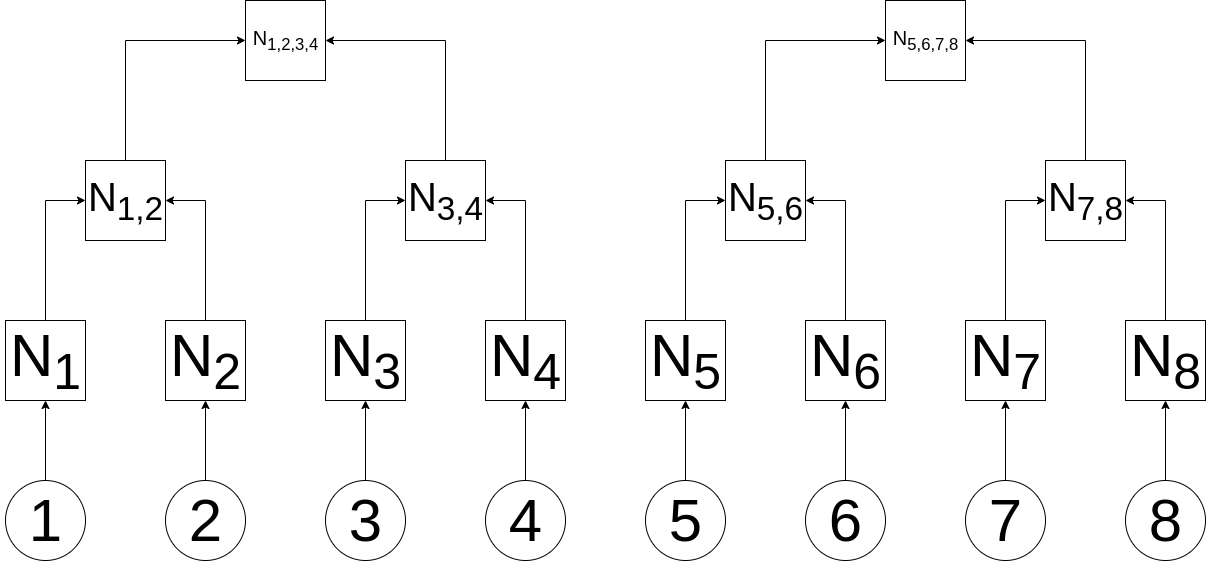
Above: images/mt_4.png in QPetabyte/Merkle_Trees (draw.io), before the change. Source tidied: cells renumbered, new cells last; positions are measured from the earlier drawing's top-left corner, leaving out a move shared by most shapes. Source of this version:
```xml
<mxGraphModel>
  <root>
    <mxCell id="0" />
    <mxCell id="1" parent="0" />
    <mxCell id="2" style="edgeStyle=orthogonalEdgeStyle;rounded=0;jettySize=auto;html=1;exitX=0.5;exitY=0;exitDx=0;exitDy=0;fontSize=60;" parent="1" edge="1" source="3" target="19">
      <mxGeometry relative="1" as="geometry" />
    </mxCell>
    <mxCell id="3" style="ellipse;whiteSpace=wrap;html=1;" parent="1" vertex="1">
      <mxGeometry x="5" y="480" width="80" height="80" as="geometry" />
    </mxCell>
    <mxCell id="4" style="edgeStyle=orthogonalEdgeStyle;rounded=0;jettySize=auto;html=1;exitX=0.5;exitY=0;exitDx=0;exitDy=0;fontSize=60;" parent="1" edge="1" source="5" target="21">
      <mxGeometry relative="1" as="geometry" />
    </mxCell>
    <mxCell id="5" style="ellipse;whiteSpace=wrap;html=1;" parent="1" vertex="1">
      <mxGeometry x="165" y="480" width="80" height="80" as="geometry" />
    </mxCell>
    <mxCell id="6" style="edgeStyle=orthogonalEdgeStyle;rounded=0;jettySize=auto;html=1;exitX=0.5;exitY=0;exitDx=0;exitDy=0;entryX=0.5;entryY=1;entryDx=0;entryDy=0;fontSize=60;" parent="1" edge="1" source="7" target="23">
      <mxGeometry relative="1" as="geometry" />
    </mxCell>
    <mxCell id="7" style="ellipse;whiteSpace=wrap;html=1;" parent="1" vertex="1">
      <mxGeometry x="325" y="480" width="80" height="80" as="geometry" />
    </mxCell>
    <mxCell id="8" style="edgeStyle=orthogonalEdgeStyle;rounded=0;jettySize=auto;html=1;exitX=0.5;exitY=0;exitDx=0;exitDy=0;entryX=0.5;entryY=1;entryDx=0;entryDy=0;fontSize=60;" parent="1" edge="1" source="9" target="25">
      <mxGeometry relative="1" as="geometry" />
    </mxCell>
    <mxCell id="9" style="ellipse;whiteSpace=wrap;html=1;" parent="1" vertex="1">
      <mxGeometry x="485" y="480" width="80" height="80" as="geometry" />
    </mxCell>
    <mxCell id="10" style="edgeStyle=orthogonalEdgeStyle;rounded=0;jettySize=auto;html=1;exitX=0.5;exitY=0;exitDx=0;exitDy=0;entryX=0.5;entryY=1;entryDx=0;entryDy=0;fontSize=60;" parent="1" edge="1" source="11" target="27">
      <mxGeometry relative="1" as="geometry" />
    </mxCell>
    <mxCell id="11" style="ellipse;whiteSpace=wrap;html=1;" parent="1" vertex="1">
      <mxGeometry x="645" y="480" width="80" height="80" as="geometry" />
    </mxCell>
    <mxCell id="12" style="edgeStyle=orthogonalEdgeStyle;rounded=0;jettySize=auto;html=1;exitX=0.5;exitY=0;exitDx=0;exitDy=0;entryX=0.5;entryY=1;entryDx=0;entryDy=0;fontSize=60;" parent="1" edge="1" source="13" target="29">
      <mxGeometry relative="1" as="geometry" />
    </mxCell>
    <mxCell id="13" style="ellipse;whiteSpace=wrap;html=1;" parent="1" vertex="1">
      <mxGeometry x="805" y="480" width="80" height="80" as="geometry" />
    </mxCell>
    <mxCell id="14" style="edgeStyle=orthogonalEdgeStyle;rounded=0;jettySize=auto;html=1;exitX=0.5;exitY=0;exitDx=0;exitDy=0;entryX=0.5;entryY=1;entryDx=0;entryDy=0;fontSize=60;" parent="1" edge="1" source="15" target="31">
      <mxGeometry relative="1" as="geometry" />
    </mxCell>
    <mxCell id="15" style="ellipse;whiteSpace=wrap;html=1;" parent="1" vertex="1">
      <mxGeometry x="965" y="480" width="80" height="80" as="geometry" />
    </mxCell>
    <mxCell id="16" style="edgeStyle=orthogonalEdgeStyle;rounded=0;jettySize=auto;html=1;exitX=0.5;exitY=0;exitDx=0;exitDy=0;entryX=0.5;entryY=1;entryDx=0;entryDy=0;fontSize=60;" parent="1" edge="1" source="17" target="33">
      <mxGeometry relative="1" as="geometry" />
    </mxCell>
    <mxCell id="17" style="ellipse;whiteSpace=wrap;html=1;" parent="1" vertex="1">
      <mxGeometry x="1125" y="480" width="80" height="80" as="geometry" />
    </mxCell>
    <mxCell id="18" style="edgeStyle=orthogonalEdgeStyle;rounded=0;jettySize=auto;html=1;exitX=0.5;exitY=0;exitDx=0;exitDy=0;entryX=0;entryY=0.5;entryDx=0;entryDy=0;fontSize=40;" parent="1" edge="1" source="19" target="43">
      <mxGeometry relative="1" as="geometry" />
    </mxCell>
    <mxCell id="19" style="whiteSpace=wrap;html=1;" parent="1" vertex="1">
      <mxGeometry x="5" y="320" width="80" height="80" as="geometry" />
    </mxCell>
    <mxCell id="20" style="edgeStyle=orthogonalEdgeStyle;rounded=0;jettySize=auto;html=1;exitX=0.5;exitY=0;exitDx=0;exitDy=0;entryX=1;entryY=0.5;entryDx=0;entryDy=0;fontSize=40;" parent="1" edge="1" source="21" target="43">
      <mxGeometry relative="1" as="geometry" />
    </mxCell>
    <mxCell id="21" style="whiteSpace=wrap;html=1;" parent="1" vertex="1">
      <mxGeometry x="165" y="320" width="80" height="80" as="geometry" />
    </mxCell>
    <mxCell id="22" style="edgeStyle=orthogonalEdgeStyle;rounded=0;jettySize=auto;html=1;exitX=0.5;exitY=0;exitDx=0;exitDy=0;entryX=0;entryY=0.5;entryDx=0;entryDy=0;fontSize=40;" parent="1" edge="1" source="23" target="45">
      <mxGeometry relative="1" as="geometry" />
    </mxCell>
    <mxCell id="23" style="whiteSpace=wrap;html=1;" parent="1" vertex="1">
      <mxGeometry x="325" y="320" width="80" height="80" as="geometry" />
    </mxCell>
    <mxCell id="24" style="edgeStyle=orthogonalEdgeStyle;rounded=0;jettySize=auto;html=1;exitX=0.5;exitY=0;exitDx=0;exitDy=0;entryX=1;entryY=0.5;entryDx=0;entryDy=0;fontSize=40;" parent="1" edge="1" source="25" target="45">
      <mxGeometry relative="1" as="geometry" />
    </mxCell>
    <mxCell id="25" style="whiteSpace=wrap;html=1;" parent="1" vertex="1">
      <mxGeometry x="485" y="320" width="80" height="80" as="geometry" />
    </mxCell>
    <mxCell id="26" style="edgeStyle=orthogonalEdgeStyle;rounded=0;jettySize=auto;html=1;exitX=0.5;exitY=0;exitDx=0;exitDy=0;entryX=0;entryY=0.5;entryDx=0;entryDy=0;fontSize=40;" parent="1" edge="1" source="27" target="47">
      <mxGeometry relative="1" as="geometry" />
    </mxCell>
    <mxCell id="27" style="whiteSpace=wrap;html=1;" parent="1" vertex="1">
      <mxGeometry x="645" y="320" width="80" height="80" as="geometry" />
    </mxCell>
    <mxCell id="28" style="edgeStyle=orthogonalEdgeStyle;rounded=0;jettySize=auto;html=1;exitX=0.5;exitY=0;exitDx=0;exitDy=0;entryX=1;entryY=0.5;entryDx=0;entryDy=0;fontSize=40;" parent="1" edge="1" source="29" target="47">
      <mxGeometry relative="1" as="geometry" />
    </mxCell>
    <mxCell id="29" style="whiteSpace=wrap;html=1;" parent="1" vertex="1">
      <mxGeometry x="805" y="320" width="80" height="80" as="geometry" />
    </mxCell>
    <mxCell id="30" style="edgeStyle=orthogonalEdgeStyle;rounded=0;jettySize=auto;html=1;exitX=0.5;exitY=0;exitDx=0;exitDy=0;entryX=0;entryY=0.5;entryDx=0;entryDy=0;fontSize=40;" parent="1" edge="1" source="31" target="49">
      <mxGeometry relative="1" as="geometry" />
    </mxCell>
    <mxCell id="31" style="whiteSpace=wrap;html=1;" parent="1" vertex="1">
      <mxGeometry x="965" y="320" width="80" height="80" as="geometry" />
    </mxCell>
    <mxCell id="32" style="edgeStyle=orthogonalEdgeStyle;rounded=0;jettySize=auto;html=1;exitX=0.5;exitY=0;exitDx=0;exitDy=0;entryX=1;entryY=0.5;entryDx=0;entryDy=0;fontSize=40;" parent="1" edge="1" source="33" target="49">
      <mxGeometry relative="1" as="geometry" />
    </mxCell>
    <mxCell id="33" style="whiteSpace=wrap;html=1;" parent="1" vertex="1">
      <mxGeometry x="1125" y="320" width="80" height="80" as="geometry" />
    </mxCell>
    <mxCell id="34" value="&lt;font style=&quot;font-size: 60px;&quot;&gt;1&lt;/font&gt;" style="text;html=1;align=center;verticalAlign=middle;fillColor=none;strokeColor=none;rounded=0;" parent="1" vertex="1">
      <mxGeometry x="15" y="475" width="60" height="90" as="geometry" />
    </mxCell>
    <mxCell id="35" value="&lt;font style=&quot;font-size: 60px;&quot;&gt;2&lt;/font&gt;" style="text;html=1;align=center;verticalAlign=middle;fillColor=none;strokeColor=none;rounded=0;" parent="1" vertex="1">
      <mxGeometry x="175" y="475" width="60" height="90" as="geometry" />
    </mxCell>
    <mxCell id="36" value="&lt;font style=&quot;font-size: 60px;&quot;&gt;3&lt;/font&gt;" style="text;html=1;align=center;verticalAlign=middle;fillColor=none;strokeColor=none;rounded=0;" parent="1" vertex="1">
      <mxGeometry x="335" y="475" width="60" height="90" as="geometry" />
    </mxCell>
    <mxCell id="37" value="&lt;font style=&quot;font-size: 60px;&quot;&gt;4&lt;/font&gt;" style="text;html=1;align=center;verticalAlign=middle;fillColor=none;strokeColor=none;rounded=0;" parent="1" vertex="1">
      <mxGeometry x="495" y="475" width="60" height="90" as="geometry" />
    </mxCell>
    <mxCell id="38" value="&lt;font style=&quot;font-size: 60px;&quot;&gt;5&lt;/font&gt;" style="text;html=1;align=center;verticalAlign=middle;fillColor=none;strokeColor=none;rounded=0;" parent="1" vertex="1">
      <mxGeometry x="655" y="475" width="60" height="90" as="geometry" />
    </mxCell>
    <mxCell id="39" value="&lt;font style=&quot;font-size: 60px;&quot;&gt;6&lt;/font&gt;" style="text;html=1;align=center;verticalAlign=middle;fillColor=none;strokeColor=none;rounded=0;" parent="1" vertex="1">
      <mxGeometry x="815" y="475" width="60" height="90" as="geometry" />
    </mxCell>
    <mxCell id="40" value="&lt;font style=&quot;font-size: 60px;&quot;&gt;7&lt;/font&gt;" style="text;html=1;align=center;verticalAlign=middle;fillColor=none;strokeColor=none;rounded=0;" parent="1" vertex="1">
      <mxGeometry x="975" y="475" width="60" height="90" as="geometry" />
    </mxCell>
    <mxCell id="41" value="&lt;font style=&quot;font-size: 60px;&quot;&gt;8&lt;/font&gt;" style="text;html=1;align=center;verticalAlign=middle;fillColor=none;strokeColor=none;rounded=0;" parent="1" vertex="1">
      <mxGeometry x="1135" y="475" width="60" height="90" as="geometry" />
    </mxCell>
    <mxCell id="42" style="edgeStyle=orthogonalEdgeStyle;rounded=0;jettySize=auto;html=1;exitX=0.5;exitY=0;exitDx=0;exitDy=0;entryX=0;entryY=0.5;entryDx=0;entryDy=0;fontSize=40;" parent="1" edge="1" source="43" target="58">
      <mxGeometry relative="1" as="geometry" />
    </mxCell>
    <mxCell id="43" style="whiteSpace=wrap;html=1;fontSize=60;" parent="1" vertex="1">
      <mxGeometry x="85" y="160" width="80" height="80" as="geometry" />
    </mxCell>
    <mxCell id="44" style="edgeStyle=orthogonalEdgeStyle;rounded=0;jettySize=auto;html=1;exitX=0.5;exitY=0;exitDx=0;exitDy=0;entryX=1;entryY=0.5;entryDx=0;entryDy=0;fontSize=40;" parent="1" edge="1" source="45" target="58">
      <mxGeometry relative="1" as="geometry" />
    </mxCell>
    <mxCell id="45" style="whiteSpace=wrap;html=1;fontSize=60;" parent="1" vertex="1">
      <mxGeometry x="405" y="160" width="80" height="80" as="geometry" />
    </mxCell>
    <mxCell id="46" style="edgeStyle=orthogonalEdgeStyle;rounded=0;jettySize=auto;html=1;exitX=0.5;exitY=0;exitDx=0;exitDy=0;entryX=0;entryY=0.5;entryDx=0;entryDy=0;fontSize=40;" parent="1" edge="1" source="47" target="59">
      <mxGeometry relative="1" as="geometry" />
    </mxCell>
    <mxCell id="47" style="whiteSpace=wrap;html=1;fontSize=60;" parent="1" vertex="1">
      <mxGeometry x="725" y="160" width="80" height="80" as="geometry" />
    </mxCell>
    <mxCell id="48" style="edgeStyle=orthogonalEdgeStyle;rounded=0;jettySize=auto;html=1;exitX=0.5;exitY=0;exitDx=0;exitDy=0;entryX=1;entryY=0.5;entryDx=0;entryDy=0;fontSize=40;" parent="1" edge="1" source="49" target="59">
      <mxGeometry relative="1" as="geometry" />
    </mxCell>
    <mxCell id="49" style="whiteSpace=wrap;html=1;fontSize=60;" parent="1" vertex="1">
      <mxGeometry x="1045" y="160" width="80" height="80" as="geometry" />
    </mxCell>
    <mxCell id="50" value="&lt;font style=&quot;font-size: 60px;&quot;&gt;N&lt;sub&gt;1&lt;/sub&gt;&lt;/font&gt;" style="text;html=1;align=center;verticalAlign=middle;fillColor=none;strokeColor=none;rounded=0;" parent="1" vertex="1">
      <mxGeometry y="310" width="90" height="100" as="geometry" />
    </mxCell>
    <mxCell id="51" value="&lt;font style=&quot;font-size: 60px;&quot;&gt;N&lt;sub&gt;2&lt;/sub&gt;&lt;/font&gt;" style="text;html=1;align=center;verticalAlign=middle;fillColor=none;strokeColor=none;rounded=0;" parent="1" vertex="1">
      <mxGeometry x="160" y="310" width="90" height="100" as="geometry" />
    </mxCell>
    <mxCell id="52" value="&lt;font style=&quot;font-size: 60px;&quot;&gt;N&lt;sub&gt;3&lt;/sub&gt;&lt;/font&gt;" style="text;html=1;align=center;verticalAlign=middle;fillColor=none;strokeColor=none;rounded=0;" parent="1" vertex="1">
      <mxGeometry x="320" y="310" width="90" height="100" as="geometry" />
    </mxCell>
    <mxCell id="53" value="&lt;font style=&quot;font-size: 60px;&quot;&gt;N&lt;sub&gt;4&lt;/sub&gt;&lt;/font&gt;" style="text;html=1;align=center;verticalAlign=middle;fillColor=none;strokeColor=none;rounded=0;" parent="1" vertex="1">
      <mxGeometry x="480" y="310" width="90" height="100" as="geometry" />
    </mxCell>
    <mxCell id="54" value="&lt;font style=&quot;font-size: 60px;&quot;&gt;N&lt;sub&gt;5&lt;/sub&gt;&lt;/font&gt;" style="text;html=1;align=center;verticalAlign=middle;fillColor=none;strokeColor=none;rounded=0;" parent="1" vertex="1">
      <mxGeometry x="640" y="310" width="90" height="100" as="geometry" />
    </mxCell>
    <mxCell id="55" value="&lt;font style=&quot;font-size: 60px;&quot;&gt;N&lt;sub&gt;6&lt;/sub&gt;&lt;/font&gt;" style="text;html=1;align=center;verticalAlign=middle;fillColor=none;strokeColor=none;rounded=0;" parent="1" vertex="1">
      <mxGeometry x="800" y="310" width="90" height="100" as="geometry" />
    </mxCell>
    <mxCell id="56" value="&lt;font style=&quot;font-size: 60px;&quot;&gt;N&lt;sub&gt;7&lt;/sub&gt;&lt;/font&gt;" style="text;html=1;align=center;verticalAlign=middle;fillColor=none;strokeColor=none;rounded=0;" parent="1" vertex="1">
      <mxGeometry x="960" y="310" width="90" height="100" as="geometry" />
    </mxCell>
    <mxCell id="57" value="&lt;font style=&quot;font-size: 60px;&quot;&gt;N&lt;sub&gt;8&lt;/sub&gt;&lt;/font&gt;" style="text;html=1;align=center;verticalAlign=middle;fillColor=none;strokeColor=none;rounded=0;" parent="1" vertex="1">
      <mxGeometry x="1120" y="310" width="90" height="100" as="geometry" />
    </mxCell>
    <mxCell id="58" style="whiteSpace=wrap;html=1;fontSize=40;" parent="1" vertex="1">
      <mxGeometry x="245" width="80" height="80" as="geometry" />
    </mxCell>
    <mxCell id="59" style="whiteSpace=wrap;html=1;fontSize=40;" parent="1" vertex="1">
      <mxGeometry x="885" width="80" height="80" as="geometry" />
    </mxCell>
    <mxCell id="60" value="&lt;font style=&quot;font-size: 40px;&quot;&gt;N&lt;sub&gt;1,2&lt;/sub&gt;&lt;/font&gt;" style="text;html=1;align=center;verticalAlign=middle;fillColor=none;strokeColor=none;rounded=0;" parent="1" vertex="1">
      <mxGeometry x="75" y="165" width="100" height="70" as="geometry" />
    </mxCell>
    <mxCell id="61" value="&lt;font style=&quot;font-size: 40px;&quot;&gt;N&lt;sub&gt;3,4&lt;/sub&gt;&lt;/font&gt;" style="text;html=1;align=center;verticalAlign=middle;fillColor=none;strokeColor=none;rounded=0;" parent="1" vertex="1">
      <mxGeometry x="395" y="165" width="100" height="70" as="geometry" />
    </mxCell>
    <mxCell id="62" value="&lt;font style=&quot;font-size: 40px;&quot;&gt;N&lt;sub&gt;5,6&lt;/sub&gt;&lt;/font&gt;" style="text;html=1;align=center;verticalAlign=middle;fillColor=none;strokeColor=none;rounded=0;" parent="1" vertex="1">
      <mxGeometry x="715" y="165" width="100" height="70" as="geometry" />
    </mxCell>
    <mxCell id="63" value="&lt;font style=&quot;font-size: 40px;&quot;&gt;N&lt;sub&gt;7,8&lt;/sub&gt;&lt;/font&gt;" style="text;html=1;align=center;verticalAlign=middle;fillColor=none;strokeColor=none;rounded=0;" parent="1" vertex="1">
      <mxGeometry x="1035" y="165" width="100" height="70" as="geometry" />
    </mxCell>
    <mxCell id="64" value="&lt;font style=&quot;font-size: 20px;&quot;&gt;N&lt;sub&gt;1,2,3,4&lt;/sub&gt;&lt;/font&gt;" style="text;html=1;align=center;verticalAlign=middle;fillColor=none;strokeColor=none;rounded=0;fontSize=40;" parent="1" vertex="1">
      <mxGeometry x="240" width="90" height="60" as="geometry" />
    </mxCell>
    <mxCell id="65" value="&lt;font style=&quot;font-size: 20px;&quot;&gt;N&lt;sub&gt;5,6,7,8&lt;/sub&gt;&lt;/font&gt;" style="text;html=1;align=center;verticalAlign=middle;fillColor=none;strokeColor=none;rounded=0;fontSize=40;" parent="1" vertex="1">
      <mxGeometry x="880" width="90" height="60" as="geometry" />
    </mxCell>
  </root>
</mxGraphModel>
```
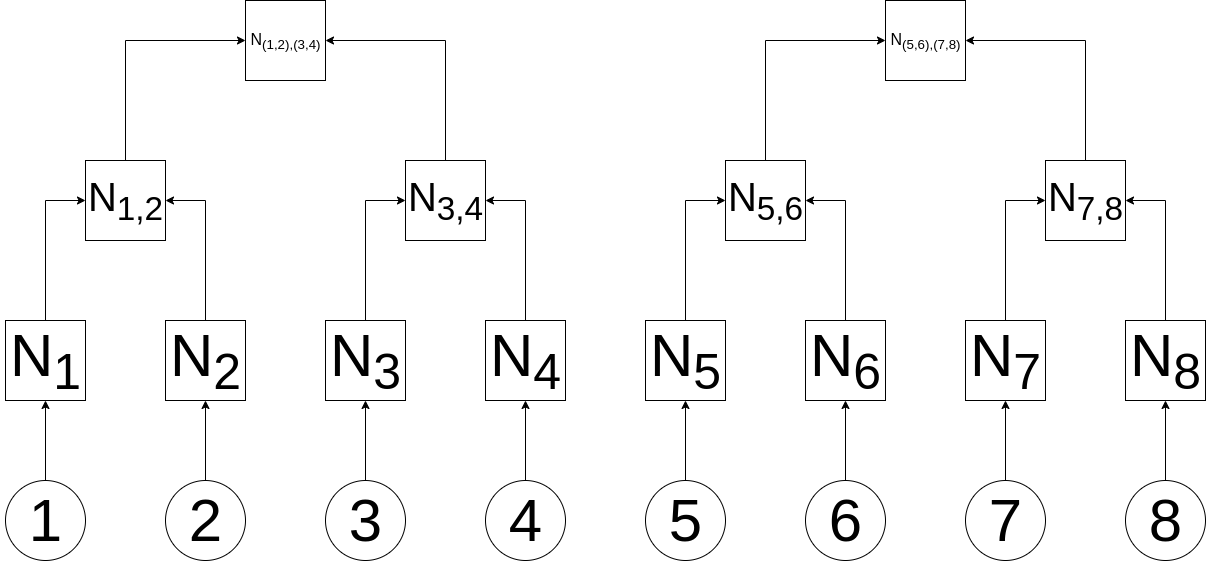
After the change.

What changed in the source:
```diff
@@ -188,10 +188,10 @@
     <mxCell id="63" value="&lt;font style=&quot;font-size: 40px;&quot;&gt;N&lt;sub&gt;7,8&lt;/sub&gt;&lt;/font&gt;" style="text;html=1;align=center;verticalAlign=middle;fillColor=none;strokeColor=none;rounded=0;" parent="1" vertex="1">
       <mxGeometry x="1035" y="165" width="100" height="70" as="geometry" />
     </mxCell>
-    <mxCell id="64" value="&lt;font style=&quot;font-size: 20px;&quot;&gt;N&lt;sub&gt;1,2,3,4&lt;/sub&gt;&lt;/font&gt;" style="text;html=1;align=center;verticalAlign=middle;fillColor=none;strokeColor=none;rounded=0;fontSize=40;" parent="1" vertex="1">
+    <mxCell id="64" value="&lt;font style=&quot;font-size: 16px;&quot;&gt;N&lt;sub&gt;(1,2),(3,4)&lt;/sub&gt;&lt;/font&gt;" style="text;html=1;align=center;verticalAlign=middle;fillColor=none;strokeColor=none;rounded=0;fontSize=40;" parent="1" vertex="1">
       <mxGeometry x="240" width="90" height="60" as="geometry" />
     </mxCell>
-    <mxCell id="65" value="&lt;font style=&quot;font-size: 20px;&quot;&gt;N&lt;sub&gt;5,6,7,8&lt;/sub&gt;&lt;/font&gt;" style="text;html=1;align=center;verticalAlign=middle;fillColor=none;strokeColor=none;rounded=0;fontSize=40;" parent="1" vertex="1">
+    <mxCell id="65" value="&lt;font style=&quot;font-size: 16px;&quot;&gt;N&lt;sub&gt;(5,6),(7,8)&lt;/sub&gt;&lt;/font&gt;" style="text;html=1;align=center;verticalAlign=middle;fillColor=none;strokeColor=none;rounded=0;fontSize=40;" parent="1" vertex="1">
       <mxGeometry x="880" width="90" height="60" as="geometry" />
     </mxCell>
   </root>
```
